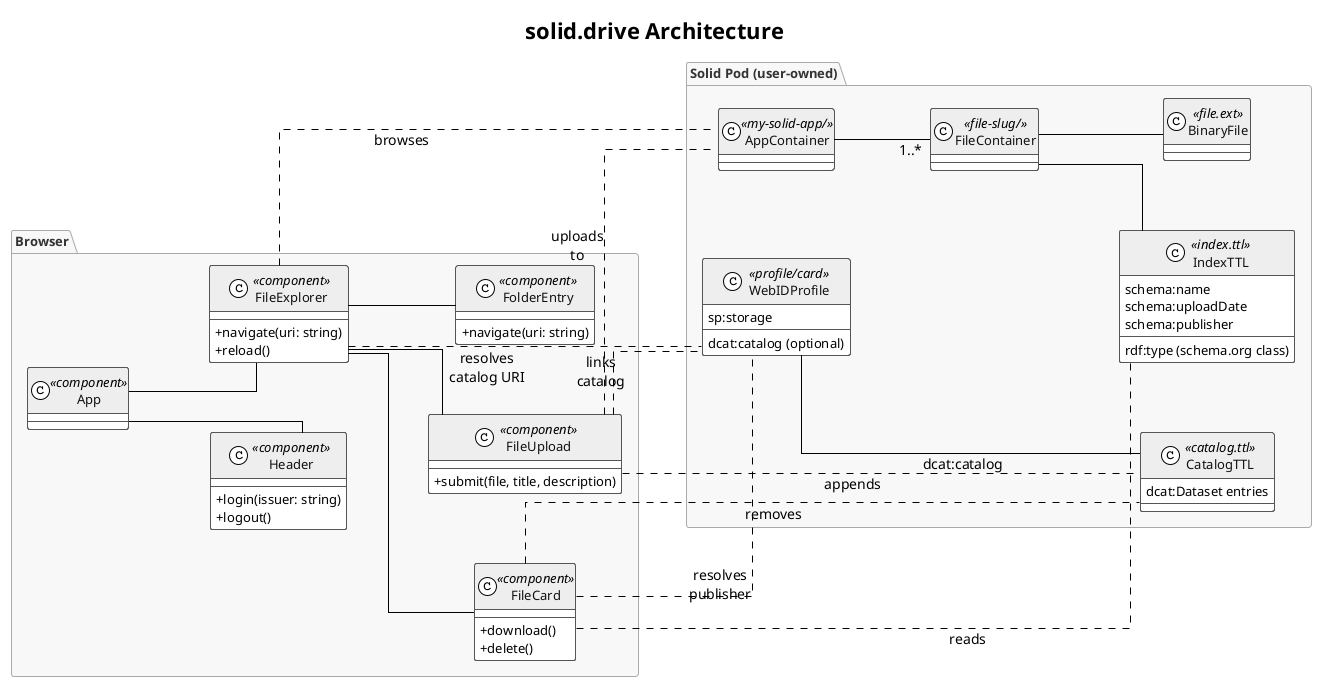
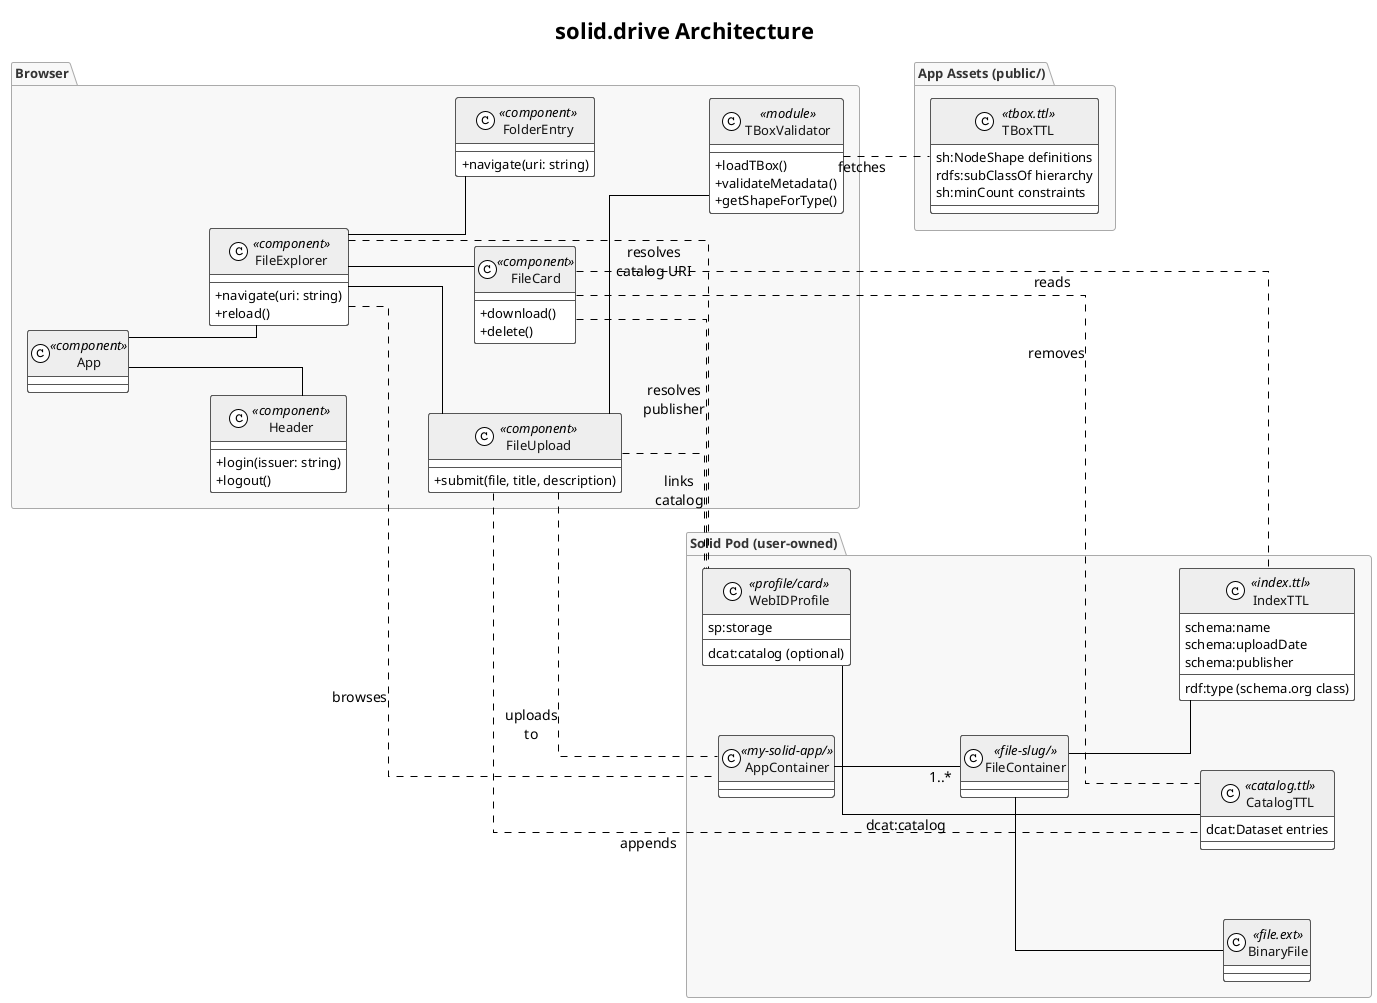
@startuml architecture
title solid.drive Architecture

!theme plain
skinparam defaultFontName sans-serif
skinparam defaultFontSize 13
skinparam classAttributeIconSize 0
skinparam backgroundColor White
skinparam linetype ortho

skinparam class {
  BackgroundColor White
  BorderColor #555555
  FontColor #111111
  HeaderBackgroundColor #EEEEEE
}

skinparam package {
  BackgroundColor #F8F8F8
  BorderColor #AAAAAA
  FontColor #333333
  FontStyle Bold
}

skinparam arrow {
  Margin 15
  FontSize 14
}

skinparam label {
  BackgroundColor White
  FontSize 14
}

skinparam nodesep 70
skinparam ranksep 80

skinparam linetype ortho

left to right direction

package "Browser" {

  class App <<component>>

  class Header <<component>> {
    +login(issuer: string)
    +logout()
  }

  class FileExplorer <<component>> {
    +navigate(uri: string)
    +reload()
  }

  class FileUpload <<component>> {
    +submit(file, title, description)
  }

+   class TBoxValidator <<module>> {
+     +loadTBox()
+     +validateMetadata()
+     +getShapeForType()
+   }
+ 
  class FileCard <<component>> {
    +download()
    +delete()
  }

  class FolderEntry <<component>> {
    +navigate(uri: string)
  }

  App -- Header
  App -- FileExplorer
  FileExplorer -- FileUpload
  FileExplorer -- FileCard
  FileExplorer -- FolderEntry
+   FileUpload -- TBoxValidator
+ }
+ 
+ package "App Assets (public/)" {
+   class TBoxTTL <<tbox.ttl>> {
+     sh:NodeShape definitions
+     rdfs:subClassOf hierarchy
+     sh:minCount constraints
+   }
}

package "Solid Pod (user-owned)" {

  class CatalogTTL <<catalog.ttl>> {
    dcat:Dataset entries
  }

  class AppContainer <<my-solid-app/>>

  class FileContainer <<file-slug/>>

  class IndexTTL <<index.ttl>> {
    rdf:type (schema.org class)
    schema:name
    schema:uploadDate
    schema:publisher
  }

  class BinaryFile <<file.ext>>

  class WebIDProfile <<profile/card>> {
    sp:storage
    dcat:catalog (optional)
  }
}
  AppContainer -- "1..*" FileContainer
  FileContainer -- IndexTTL
  FileContainer -- BinaryFile
  WebIDProfile --- CatalogTTL : dcat:catalog

+ TBoxValidator .. TBoxTTL        : fetches
+ 
FileUpload .. CatalogTTL        : appends
FileUpload .. AppContainer      : uploads\nto
FileUpload .. WebIDProfile      : links\ncatalog

FileCard .. IndexTTL            : reads
FileCard .. CatalogTTL          : removes
FileCard .down. WebIDProfile   : resolves\npublisher

FileExplorer .. AppContainer    : browses
FileExplorer .down. WebIDProfile    : resolves\ncatalog URI

@enduml
